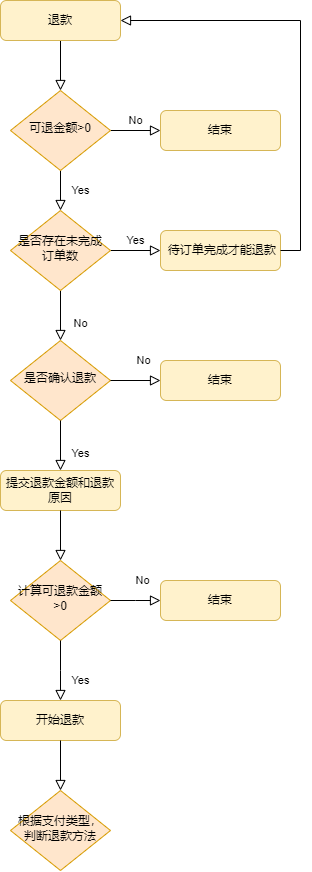
This is png/退款流程.png from ren9901/tourism-j2ee-wx, a draw.io export, as it was before one commit. Source tidied: cells renumbered, new cells last; positions are measured from the earlier drawing's top-left corner, leaving out a move shared by most shapes.
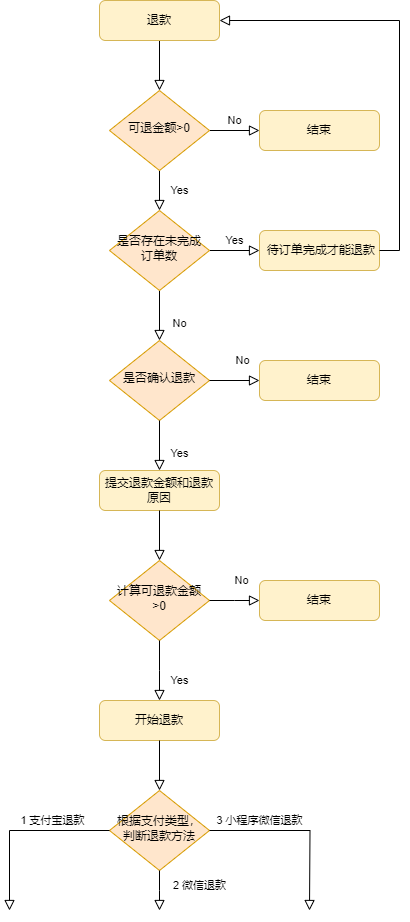
The same diagram one commit later.

Commit message:
更新退款流程.png

Diff of the diagram source:
```diff
@@ -83,5 +83,25 @@
     <mxCell id="25" style="rounded=0;html=1;jettySize=auto;fontSize=11;endArrow=block;endFill=0;endSize=8;strokeWidth=1;shadow=0;labelBackgroundColor=none;edgeStyle=orthogonalEdgeStyle;exitX=0.5;exitY=1;exitDx=0;exitDy=0;" parent="1" edge="1" source="23" target="24">
       <mxGeometry x="0.33" y="20" relative="1" as="geometry" />
     </mxCell>
+    <mxCell id="26" value="1 支付宝退款" style="rounded=0;html=1;jettySize=auto;fontSize=11;endArrow=block;endFill=0;endSize=8;strokeWidth=1;shadow=0;labelBackgroundColor=none;edgeStyle=orthogonalEdgeStyle;exitX=0;exitY=0.5;exitDx=0;exitDy=0;" parent="1" edge="1" source="24">
+      <mxGeometry x="-0.37" y="-10" relative="1" as="geometry">
+        <mxPoint x="-90" y="910" as="targetPoint" />
+        <Array as="points">
+          <mxPoint x="-90" y="830" />
+          <mxPoint x="-90" y="910" />
+        </Array>
+      </mxGeometry>
+    </mxCell>
+    <mxCell id="27" value="2 微信退款" style="rounded=0;html=1;jettySize=auto;fontSize=11;endArrow=block;endFill=0;endSize=8;strokeWidth=1;shadow=0;labelBackgroundColor=none;edgeStyle=orthogonalEdgeStyle;exitX=0.5;exitY=1;exitDx=0;exitDy=0;" parent="1" edge="1" source="24">
+      <mxGeometry x="0.01" y="40" relative="1" as="geometry">
+        <mxPoint x="60" y="910" as="targetPoint" />
+        <mxPoint y="-6" as="offset" />
+      </mxGeometry>
+    </mxCell>
+    <mxCell id="28" value="3 小程序微信退款" style="rounded=0;html=1;jettySize=auto;fontSize=11;endArrow=block;endFill=0;endSize=8;strokeWidth=1;shadow=0;labelBackgroundColor=none;edgeStyle=orthogonalEdgeStyle;exitX=1;exitY=0.5;exitDx=0;exitDy=0;" parent="1" edge="1" source="24">
+      <mxGeometry x="-0.45" y="10" relative="1" as="geometry">
+        <mxPoint x="210" y="910" as="targetPoint" />
+      </mxGeometry>
+    </mxCell>
   </root>
 </mxGraphModel>
```
